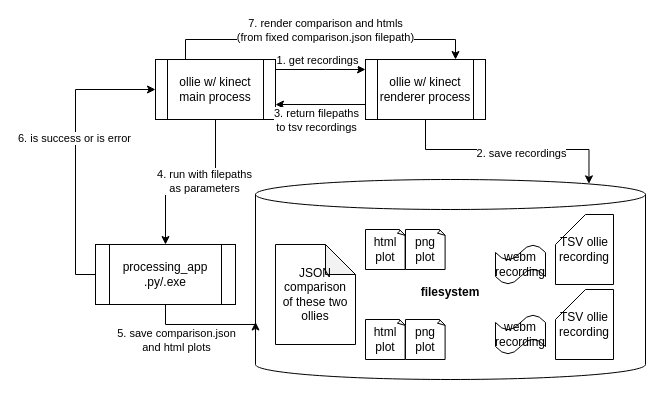
Above: docs/dataflow.drawio in mfrszpiotro/ollie_with_kinect (draw.io), before the change. Source tidied: cells renumbered, new cells numbered last; positions are measured from the earlier drawing's top-left corner, leaving out a move shared by most shapes. Both pictures are drawn from the tidied source at 100%, with x=0, y=0 at pixel (95, 39).
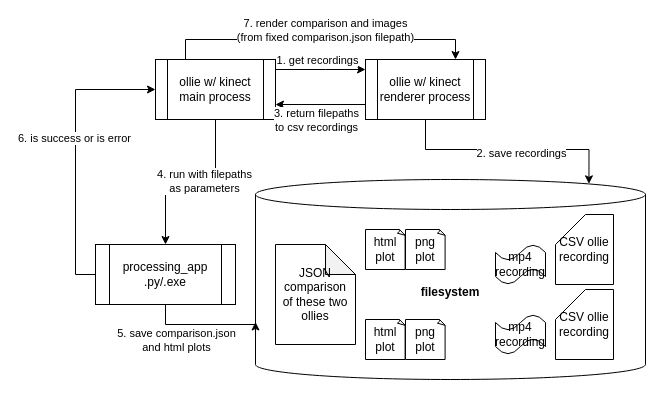
The same diagram, later.

Unchanged cells that the change refers to:
```xml
<mxCell id="12" style="edgeStyle=orthogonalEdgeStyle;rounded=0;jettySize=auto;html=1;exitX=0.25;exitY=0;exitDx=0;exitDy=0;entryX=0.75;entryY=0;entryDx=0;entryDy=0;" parent="1" edge="1" source="14" target="20">
  <mxGeometry relative="1" as="geometry">
    <Array as="points">
      <mxPoint x="90" />
      <mxPoint x="360" />
    </Array>
  </mxGeometry>
</mxCell>
<mxCell id="18" style="edgeStyle=orthogonalEdgeStyle;rounded=0;jettySize=auto;html=1;exitX=0;exitY=0.75;exitDx=0;exitDy=0;entryX=1;entryY=0.75;entryDx=0;entryDy=0;" parent="1" edge="1" source="20" target="14">
  <mxGeometry relative="1" as="geometry" />
</mxCell>
```

The edit, as a diff of the source:
```diff
@@
-    <mxCell id="3" value="TSV ollie recording" style="shape=card;whiteSpace=wrap;html=1;" parent="1" vertex="1">
+    <mxCell id="3" value="CSV ollie recording" style="shape=card;whiteSpace=wrap;html=1;" parent="1" vertex="1">
       <mxGeometry x="460" y="250" width="58" height="70" as="geometry" />
     </mxCell>
@@
-    <mxCell id="13" value="7. render comparison and htmls &lt;br&gt;(from fixed comparison.json filepath)" style="edgeLabel;html=1;align=center;verticalAlign=middle;" parent="12" vertex="1">
+    <mxCell id="13" value="7. render comparison and images&lt;br&gt;(from fixed comparison.json filepath)" style="edgeLabel;html=1;align=center;verticalAlign=middle;" parent="12" vertex="1">
       <mxGeometry x="0.23" y="-2" relative="1" as="geometry">
         <mxPoint x="-32" y="-12" as="offset" />
       </mxGeometry>
     </mxCell>
@@
-    <mxCell id="15" value="TSV ollie recording" style="shape=card;whiteSpace=wrap;html=1;" parent="1" vertex="1">
+    <mxCell id="15" value="CSV ollie recording" style="shape=card;whiteSpace=wrap;html=1;" parent="1" vertex="1">
       <mxGeometry x="460" y="175" width="58" height="70" as="geometry" />
     </mxCell>
@@
-    <mxCell id="19" value="3. return filepaths &lt;br&gt;to tsv recordings" style="edgeLabel;html=1;align=center;verticalAlign=middle;" parent="18" vertex="1">
+    <mxCell id="19" value="3. return filepaths &lt;br&gt;to csv recordings" style="edgeLabel;html=1;align=center;verticalAlign=middle;" parent="18" vertex="1">
       <mxGeometry x="0.16" y="-1" relative="1" as="geometry">
         <mxPoint x="2" y="16" as="offset" />
       </mxGeometry>
     </mxCell>
@@
-    <mxCell id="21" value="webm recording" style="shape=tape;whiteSpace=wrap;html=1;" parent="1" vertex="1">
+    <mxCell id="21" value="mp4 recording" style="shape=tape;whiteSpace=wrap;html=1;" parent="1" vertex="1">
       <mxGeometry x="400" y="205" width="50" height="40" as="geometry" />
     </mxCell>
-    <mxCell id="22" value="webm recording" style="shape=tape;whiteSpace=wrap;html=1;" parent="1" vertex="1">
+    <mxCell id="22" value="mp4 recording" style="shape=tape;whiteSpace=wrap;html=1;" parent="1" vertex="1">
       <mxGeometry x="400" y="275" width="50" height="40" as="geometry" />
     </mxCell>
```
